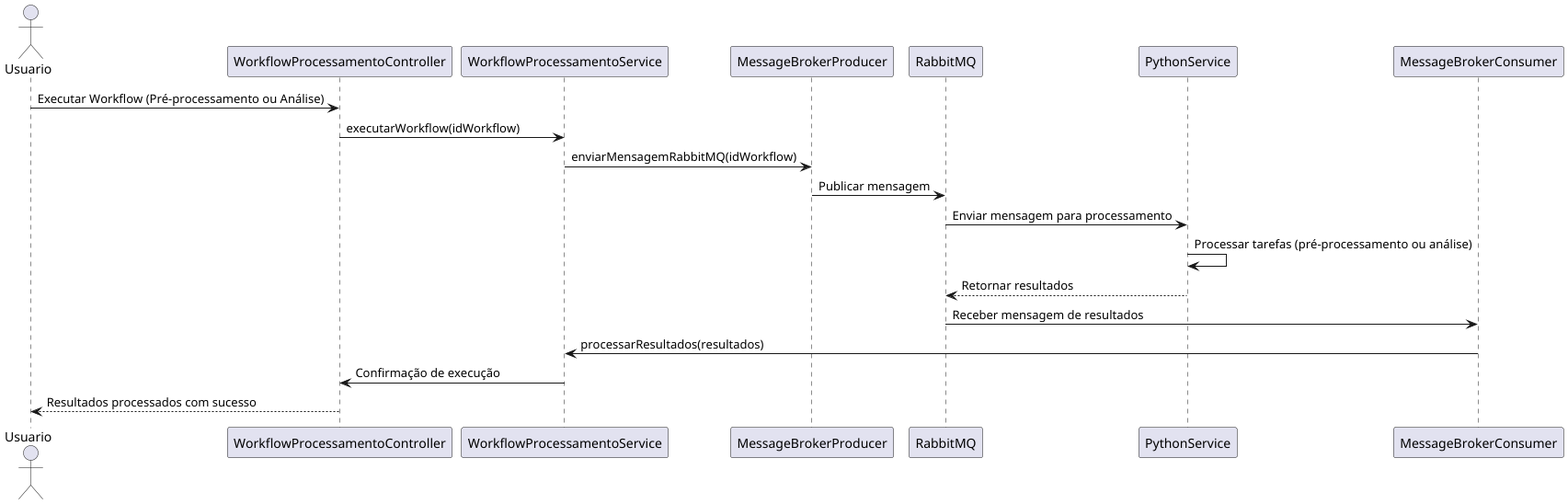
Earlier version of the PlantUML export imagens/sentilytics/diagramas/sequencia-pre-processamento-analise-sentimentos.png (Apolos7/sentilytics-tcc). The source it was exported from:
```plantuml
@startuml
actor Usuario as User

participant "WorkflowProcessamentoController" as Controller
participant "WorkflowProcessamentoService" as Service
participant "MessageBrokerProducer" as Producer
participant "RabbitMQ"
participant "PythonService" as Python
participant "MessageBrokerConsumer" as Consumer

User -> Controller : Executar Workflow (Pré-processamento ou Análise)
Controller -> Service : executarWorkflow(idWorkflow)
Service -> Producer : enviarMensagemRabbitMQ(idWorkflow)
Producer -> RabbitMQ : Publicar mensagem

RabbitMQ -> Python : Enviar mensagem para processamento
Python -> Python : Processar tarefas (pré-processamento ou análise)
Python --> RabbitMQ : Retornar resultados

RabbitMQ -> Consumer : Receber mensagem de resultados
Consumer -> Service : processarResultados(resultados)
Service -> Controller : Confirmação de execução
Controller --> User : Resultados processados com sucesso
@enduml
```
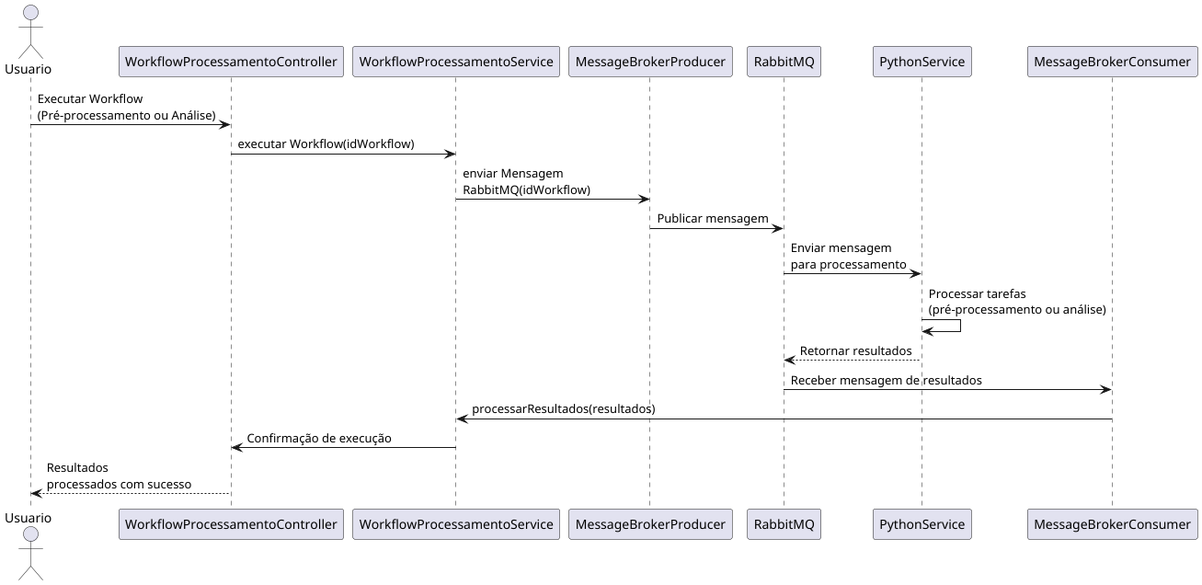
Above is the later version.

The edit, as a diff of the source:
```diff
@@ -8,17 +8,17 @@
 participant "PythonService" as Python
 participant "MessageBrokerConsumer" as Consumer
 
-User -> Controller : Executar Workflow (Pré-processamento ou Análise)
-Controller -> Service : executarWorkflow(idWorkflow)
-Service -> Producer : enviarMensagemRabbitMQ(idWorkflow)
+User -> Controller : Executar Workflow\n(Pré-processamento ou Análise)
+Controller -> Service : executar Workflow(idWorkflow)
+Service -> Producer : enviar Mensagem\nRabbitMQ(idWorkflow)
 Producer -> RabbitMQ : Publicar mensagem
 
-RabbitMQ -> Python : Enviar mensagem para processamento
-Python -> Python : Processar tarefas (pré-processamento ou análise)
+RabbitMQ -> Python : Enviar mensagem\npara processamento
+Python -> Python : Processar tarefas\n(pré-processamento ou análise)
 Python --> RabbitMQ : Retornar resultados
 
 RabbitMQ -> Consumer : Receber mensagem de resultados
 Consumer -> Service : processarResultados(resultados)
 Service -> Controller : Confirmação de execução
-Controller --> User : Resultados processados com sucesso
+Controller --> User : Resultados\nprocessados com sucesso
 @enduml
```
